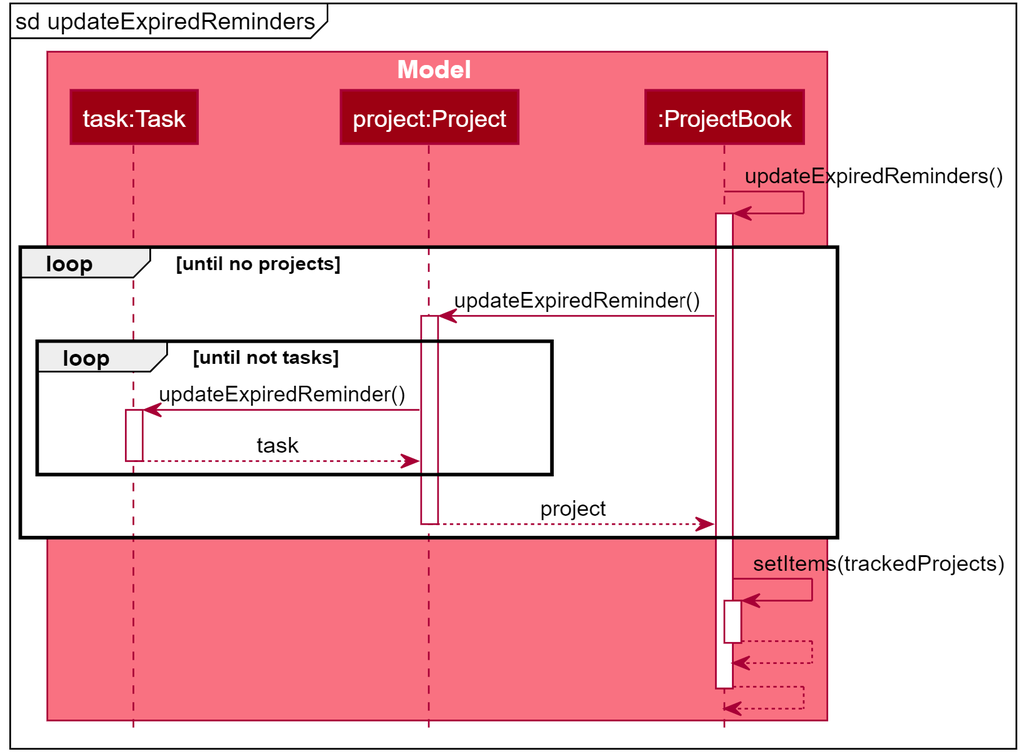
Earlier version of the PlantUML export docs/images/ScheduleReminderSequenceDiagramUpdateExpiredReminders.png (pr4aveen/tp). Its source is kept beside it as docs/diagrams/ScheduleReminderSequenceDiagramUpdateExpiredReminders.puml.
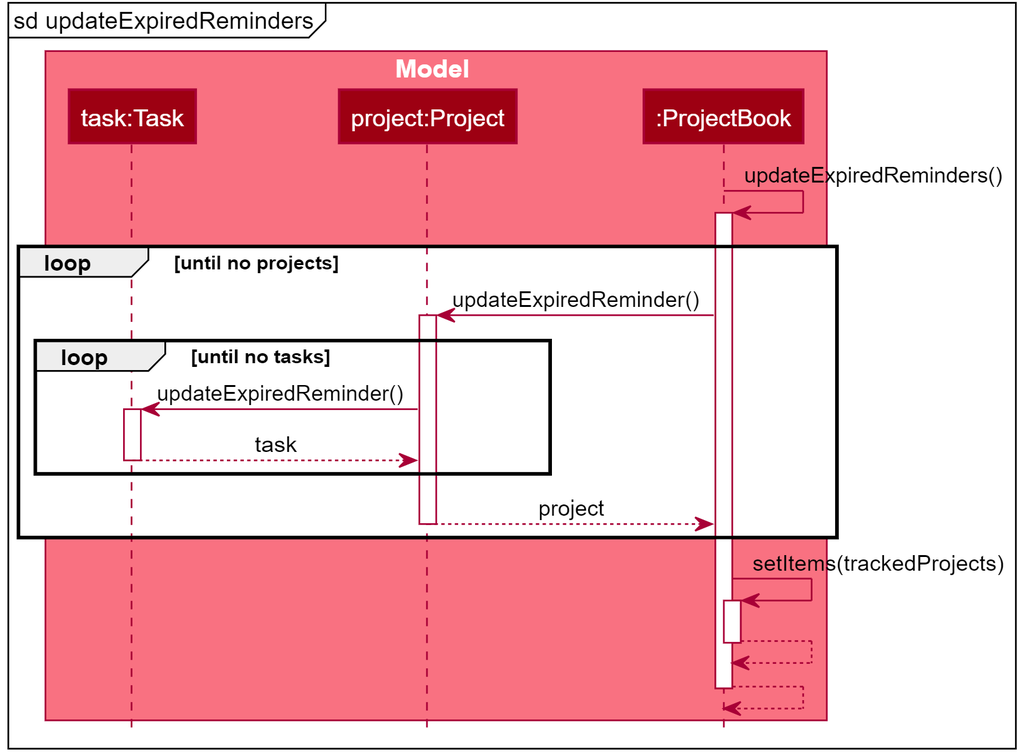
Above is the later version.

Change to the diagram source:
```diff
@@ -14,7 +14,7 @@
 group loop [until no projects]
     ProjectBook -> Project : updateExpiredReminder()
 
-group loop [until not tasks]
+group loop [until no tasks]
 Project -> Task : updateExpiredReminder()
 return task
 end
```
